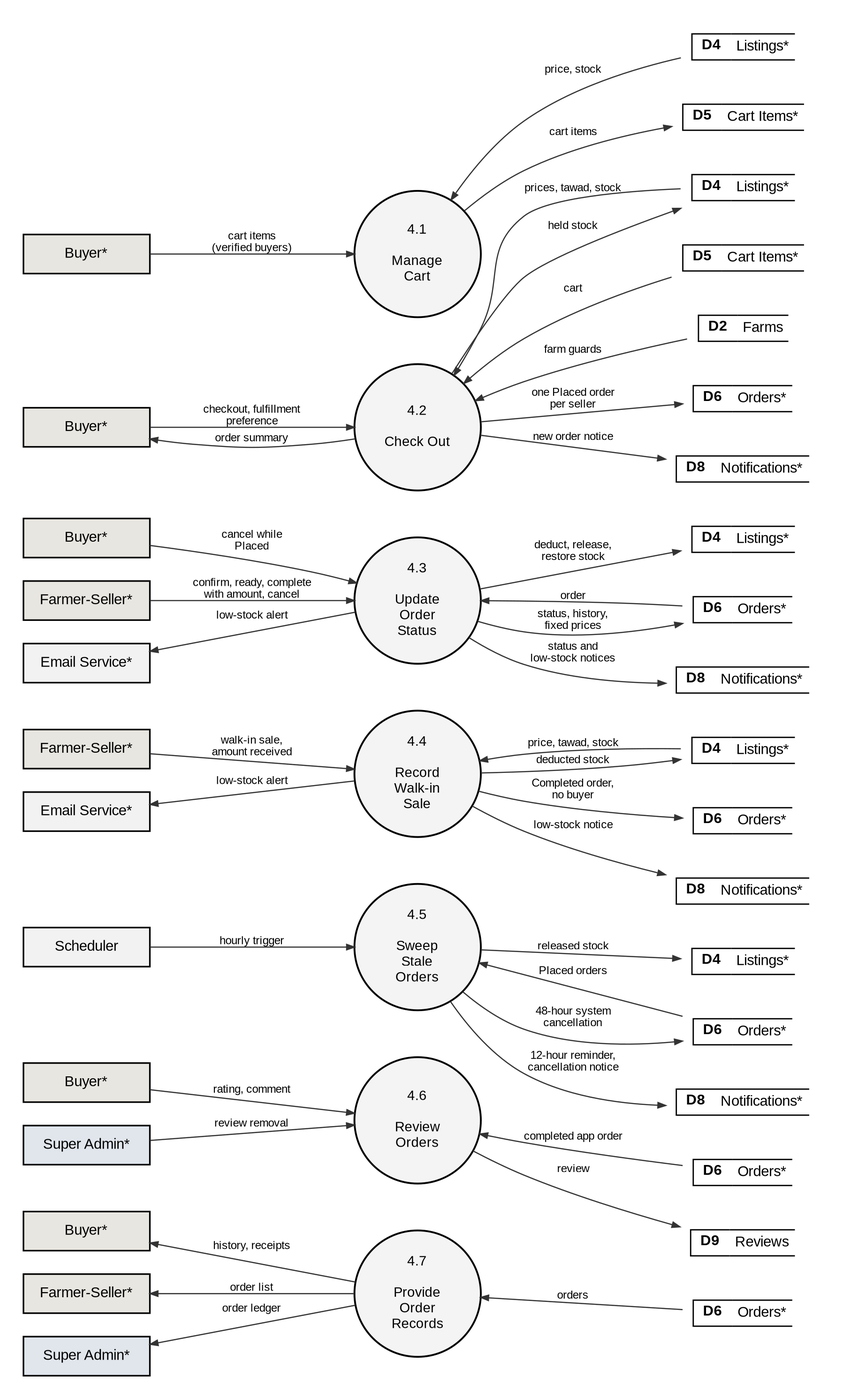
Earlier version of the Graphviz export docs/manuscript/figures/fig6_2_4_dfd_level2.png (shawncastaneda11-commits/anihow-backend). Its source is kept beside it as docs/manuscript/figures/src/fig6_2_4_dfd_level2.dot.
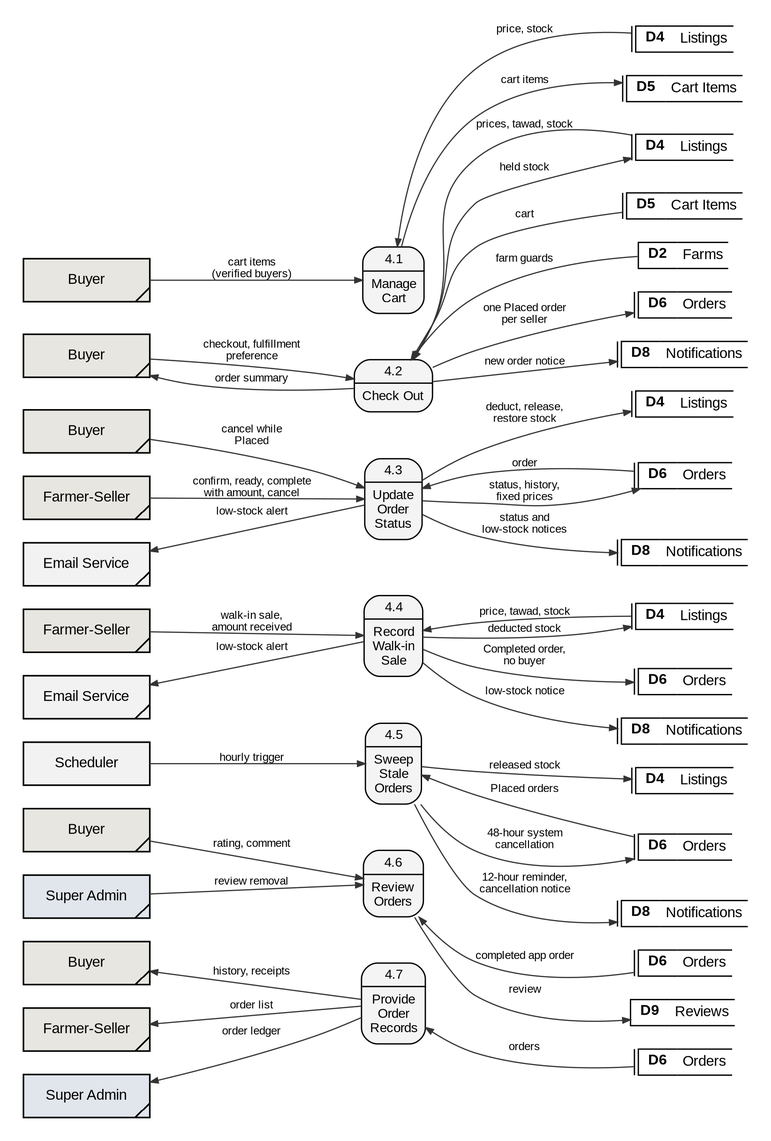
The same file after the commit.

The edit, as a diff of the source:
```diff
@@ -2,45 +2,45 @@
   graph [rankdir=LR, nodesep=0.25, ranksep=0.9, pad=0.25, fontname="Liberation Sans", newrank=true];
   node  [fontname="Liberation Sans", fontsize=11];
   edge  [penwidth=0.9, arrowsize=0.6, color="#333333", fontname="Liberation Sans", fontsize=8.5];
-  q4a [shape=circle, style=filled, fillcolor="#F4F4F4", penwidth=1.4, fixedsize=true, width=1.35, fontsize=10.5, label="4.1\n\nManage\nCart"];
-  by_q4a [shape=box, style=filled, fillcolor="#E8E6E0", penwidth=1.2, width=1.35, height=0.42, label="Buyer*"];
-  D4_q4a [shape=plaintext, label=<<TABLE BORDER="0" CELLBORDER="1" CELLSPACING="0" CELLPADDING="3"><TR><TD SIDES="TBL" WIDTH="30"><B>D4</B></TD><TD SIDES="TB" ALIGN="LEFT">Listings*</TD></TR></TABLE>>];
-  D5_q4a [shape=plaintext, label=<<TABLE BORDER="0" CELLBORDER="1" CELLSPACING="0" CELLPADDING="3"><TR><TD SIDES="TBL" WIDTH="30"><B>D5</B></TD><TD SIDES="TB" ALIGN="LEFT">Cart Items*</TD></TR></TABLE>>];
-  q4b [shape=circle, style=filled, fillcolor="#F4F4F4", penwidth=1.4, fixedsize=true, width=1.35, fontsize=10.5, label="4.2\n\nCheck Out"];
-  by_q4b [shape=box, style=filled, fillcolor="#E8E6E0", penwidth=1.2, width=1.35, height=0.42, label="Buyer*"];
-  D4_q4b [shape=plaintext, label=<<TABLE BORDER="0" CELLBORDER="1" CELLSPACING="0" CELLPADDING="3"><TR><TD SIDES="TBL" WIDTH="30"><B>D4</B></TD><TD SIDES="TB" ALIGN="LEFT">Listings*</TD></TR></TABLE>>];
-  D5_q4b [shape=plaintext, label=<<TABLE BORDER="0" CELLBORDER="1" CELLSPACING="0" CELLPADDING="3"><TR><TD SIDES="TBL" WIDTH="30"><B>D5</B></TD><TD SIDES="TB" ALIGN="LEFT">Cart Items*</TD></TR></TABLE>>];
-  D2_q4b [shape=plaintext, label=<<TABLE BORDER="0" CELLBORDER="1" CELLSPACING="0" CELLPADDING="3"><TR><TD SIDES="TBL" WIDTH="30"><B>D2</B></TD><TD SIDES="TB" ALIGN="LEFT">Farms</TD></TR></TABLE>>];
-  D6_q4b [shape=plaintext, label=<<TABLE BORDER="0" CELLBORDER="1" CELLSPACING="0" CELLPADDING="3"><TR><TD SIDES="TBL" WIDTH="30"><B>D6</B></TD><TD SIDES="TB" ALIGN="LEFT">Orders*</TD></TR></TABLE>>];
-  D8_q4b [shape=plaintext, label=<<TABLE BORDER="0" CELLBORDER="1" CELLSPACING="0" CELLPADDING="3"><TR><TD SIDES="TBL" WIDTH="30"><B>D8</B></TD><TD SIDES="TB" ALIGN="LEFT">Notifications*</TD></TR></TABLE>>];
-  q4c [shape=circle, style=filled, fillcolor="#F4F4F4", penwidth=1.4, fixedsize=true, width=1.35, fontsize=10.5, label="4.3\n\nUpdate\nOrder\nStatus"];
-  by_q4c [shape=box, style=filled, fillcolor="#E8E6E0", penwidth=1.2, width=1.35, height=0.42, label="Buyer*"];
-  D4_q4c [shape=plaintext, label=<<TABLE BORDER="0" CELLBORDER="1" CELLSPACING="0" CELLPADDING="3"><TR><TD SIDES="TBL" WIDTH="30"><B>D4</B></TD><TD SIDES="TB" ALIGN="LEFT">Listings*</TD></TR></TABLE>>];
-  D6_q4c [shape=plaintext, label=<<TABLE BORDER="0" CELLBORDER="1" CELLSPACING="0" CELLPADDING="3"><TR><TD SIDES="TBL" WIDTH="30"><B>D6</B></TD><TD SIDES="TB" ALIGN="LEFT">Orders*</TD></TR></TABLE>>];
-  D8_q4c [shape=plaintext, label=<<TABLE BORDER="0" CELLBORDER="1" CELLSPACING="0" CELLPADDING="3"><TR><TD SIDES="TBL" WIDTH="30"><B>D8</B></TD><TD SIDES="TB" ALIGN="LEFT">Notifications*</TD></TR></TABLE>>];
-  fs_q4c [shape=box, style=filled, fillcolor="#E8E6E0", penwidth=1.2, width=1.35, height=0.42, label="Farmer-Seller*"];
-  em_q4c [shape=box, style=filled, fillcolor="#F2F2F2", penwidth=1.2, width=1.35, height=0.42, label="Email Service*"];
-  q4d [shape=circle, style=filled, fillcolor="#F4F4F4", penwidth=1.4, fixedsize=true, width=1.35, fontsize=10.5, label="4.4\n\nRecord\nWalk-in\nSale"];
-  D4_q4d [shape=plaintext, label=<<TABLE BORDER="0" CELLBORDER="1" CELLSPACING="0" CELLPADDING="3"><TR><TD SIDES="TBL" WIDTH="30"><B>D4</B></TD><TD SIDES="TB" ALIGN="LEFT">Listings*</TD></TR></TABLE>>];
-  D6_q4d [shape=plaintext, label=<<TABLE BORDER="0" CELLBORDER="1" CELLSPACING="0" CELLPADDING="3"><TR><TD SIDES="TBL" WIDTH="30"><B>D6</B></TD><TD SIDES="TB" ALIGN="LEFT">Orders*</TD></TR></TABLE>>];
-  D8_q4d [shape=plaintext, label=<<TABLE BORDER="0" CELLBORDER="1" CELLSPACING="0" CELLPADDING="3"><TR><TD SIDES="TBL" WIDTH="30"><B>D8</B></TD><TD SIDES="TB" ALIGN="LEFT">Notifications*</TD></TR></TABLE>>];
-  fs_q4d [shape=box, style=filled, fillcolor="#E8E6E0", penwidth=1.2, width=1.35, height=0.42, label="Farmer-Seller*"];
-  em_q4d [shape=box, style=filled, fillcolor="#F2F2F2", penwidth=1.2, width=1.35, height=0.42, label="Email Service*"];
-  q4e [shape=circle, style=filled, fillcolor="#F4F4F4", penwidth=1.4, fixedsize=true, width=1.35, fontsize=10.5, label="4.5\n\nSweep\nStale\nOrders"];
-  D4_q4e [shape=plaintext, label=<<TABLE BORDER="0" CELLBORDER="1" CELLSPACING="0" CELLPADDING="3"><TR><TD SIDES="TBL" WIDTH="30"><B>D4</B></TD><TD SIDES="TB" ALIGN="LEFT">Listings*</TD></TR></TABLE>>];
-  D6_q4e [shape=plaintext, label=<<TABLE BORDER="0" CELLBORDER="1" CELLSPACING="0" CELLPADDING="3"><TR><TD SIDES="TBL" WIDTH="30"><B>D6</B></TD><TD SIDES="TB" ALIGN="LEFT">Orders*</TD></TR></TABLE>>];
-  D8_q4e [shape=plaintext, label=<<TABLE BORDER="0" CELLBORDER="1" CELLSPACING="0" CELLPADDING="3"><TR><TD SIDES="TBL" WIDTH="30"><B>D8</B></TD><TD SIDES="TB" ALIGN="LEFT">Notifications*</TD></TR></TABLE>>];
-  sch_q4e [shape=box, style=filled, fillcolor="#F2F2F2", penwidth=1.2, width=1.35, height=0.42, label="Scheduler"];
-  q4f [shape=circle, style=filled, fillcolor="#F4F4F4", penwidth=1.4, fixedsize=true, width=1.35, fontsize=10.5, label="4.6\n\nReview\nOrders"];
-  by_q4f [shape=box, style=filled, fillcolor="#E8E6E0", penwidth=1.2, width=1.35, height=0.42, label="Buyer*"];
-  D6_q4f [shape=plaintext, label=<<TABLE BORDER="0" CELLBORDER="1" CELLSPACING="0" CELLPADDING="3"><TR><TD SIDES="TBL" WIDTH="30"><B>D6</B></TD><TD SIDES="TB" ALIGN="LEFT">Orders*</TD></TR></TABLE>>];
-  D9_q4f [shape=plaintext, label=<<TABLE BORDER="0" CELLBORDER="1" CELLSPACING="0" CELLPADDING="3"><TR><TD SIDES="TBL" WIDTH="30"><B>D9</B></TD><TD SIDES="TB" ALIGN="LEFT">Reviews</TD></TR></TABLE>>];
-  sa_q4f [shape=box, style=filled, fillcolor="#E1E6ED", penwidth=1.2, width=1.35, height=0.42, label="Super Admin*"];
-  q4g [shape=circle, style=filled, fillcolor="#F4F4F4", penwidth=1.4, fixedsize=true, width=1.35, fontsize=10.5, label="4.7\n\nProvide\nOrder\nRecords"];
-  by_q4g [shape=box, style=filled, fillcolor="#E8E6E0", penwidth=1.2, width=1.35, height=0.42, label="Buyer*"];
-  D6_q4g [shape=plaintext, label=<<TABLE BORDER="0" CELLBORDER="1" CELLSPACING="0" CELLPADDING="3"><TR><TD SIDES="TBL" WIDTH="30"><B>D6</B></TD><TD SIDES="TB" ALIGN="LEFT">Orders*</TD></TR></TABLE>>];
-  fs_q4g [shape=box, style=filled, fillcolor="#E8E6E0", penwidth=1.2, width=1.35, height=0.42, label="Farmer-Seller*"];
-  sa_q4g [shape=box, style=filled, fillcolor="#E1E6ED", penwidth=1.2, width=1.35, height=0.42, label="Super Admin*"];
+  q4a [shape=plaintext, margin=0, width=0, height=0, label=<<TABLE STYLE="ROUNDED" BORDER="1" CELLBORDER="0" CELLSPACING="0" CELLPADDING="3" BGCOLOR="#F4F4F4"><TR><TD><FONT POINT-SIZE="10.5">4.1</FONT></TD></TR><HR/><TR><TD CELLPADDING="5"><FONT POINT-SIZE="10.5">Manage<BR/>Cart</FONT></TD></TR></TABLE>>];
+  by_q4a [shape=box, style=filled, fillcolor="#E8E6E0", penwidth=1.2, width=1.35, height=0.46, label="Buyer", comment="gsdup"];
+  D4_q4a [shape=plaintext, margin=0, width=0, height=0, label=<<TABLE BORDER="0" CELLBORDER="1" CELLSPACING="0" CELLPADDING="3"><TR><TD SIDES="L" WIDTH="3" CELLPADDING="0"></TD><TD SIDES="TBL" WIDTH="30"><B>D4</B></TD><TD SIDES="TB" ALIGN="LEFT">Listings</TD></TR></TABLE>>];
+  D5_q4a [shape=plaintext, margin=0, width=0, height=0, label=<<TABLE BORDER="0" CELLBORDER="1" CELLSPACING="0" CELLPADDING="3"><TR><TD SIDES="L" WIDTH="3" CELLPADDING="0"></TD><TD SIDES="TBL" WIDTH="30"><B>D5</B></TD><TD SIDES="TB" ALIGN="LEFT">Cart Items</TD></TR></TABLE>>];
+  q4b [shape=plaintext, margin=0, width=0, height=0, label=<<TABLE STYLE="ROUNDED" BORDER="1" CELLBORDER="0" CELLSPACING="0" CELLPADDING="3" BGCOLOR="#F4F4F4"><TR><TD><FONT POINT-SIZE="10.5">4.2</FONT></TD></TR><HR/><TR><TD CELLPADDING="5"><FONT POINT-SIZE="10.5">Check Out</FONT></TD></TR></TABLE>>];
+  by_q4b [shape=box, style=filled, fillcolor="#E8E6E0", penwidth=1.2, width=1.35, height=0.46, label="Buyer", comment="gsdup"];
+  D4_q4b [shape=plaintext, margin=0, width=0, height=0, label=<<TABLE BORDER="0" CELLBORDER="1" CELLSPACING="0" CELLPADDING="3"><TR><TD SIDES="L" WIDTH="3" CELLPADDING="0"></TD><TD SIDES="TBL" WIDTH="30"><B>D4</B></TD><TD SIDES="TB" ALIGN="LEFT">Listings</TD></TR></TABLE>>];
+  D5_q4b [shape=plaintext, margin=0, width=0, height=0, label=<<TABLE BORDER="0" CELLBORDER="1" CELLSPACING="0" CELLPADDING="3"><TR><TD SIDES="L" WIDTH="3" CELLPADDING="0"></TD><TD SIDES="TBL" WIDTH="30"><B>D5</B></TD><TD SIDES="TB" ALIGN="LEFT">Cart Items</TD></TR></TABLE>>];
+  D2_q4b [shape=plaintext, margin=0, width=0, height=0, label=<<TABLE BORDER="0" CELLBORDER="1" CELLSPACING="0" CELLPADDING="3"><TR><TD SIDES="TBL" WIDTH="30"><B>D2</B></TD><TD SIDES="TB" ALIGN="LEFT">Farms</TD></TR></TABLE>>];
+  D6_q4b [shape=plaintext, margin=0, width=0, height=0, label=<<TABLE BORDER="0" CELLBORDER="1" CELLSPACING="0" CELLPADDING="3"><TR><TD SIDES="L" WIDTH="3" CELLPADDING="0"></TD><TD SIDES="TBL" WIDTH="30"><B>D6</B></TD><TD SIDES="TB" ALIGN="LEFT">Orders</TD></TR></TABLE>>];
+  D8_q4b [shape=plaintext, margin=0, width=0, height=0, label=<<TABLE BORDER="0" CELLBORDER="1" CELLSPACING="0" CELLPADDING="3"><TR><TD SIDES="L" WIDTH="3" CELLPADDING="0"></TD><TD SIDES="TBL" WIDTH="30"><B>D8</B></TD><TD SIDES="TB" ALIGN="LEFT">Notifications</TD></TR></TABLE>>];
+  q4c [shape=plaintext, margin=0, width=0, height=0, label=<<TABLE STYLE="ROUNDED" BORDER="1" CELLBORDER="0" CELLSPACING="0" CELLPADDING="3" BGCOLOR="#F4F4F4"><TR><TD><FONT POINT-SIZE="10.5">4.3</FONT></TD></TR><HR/><TR><TD CELLPADDING="5"><FONT POINT-SIZE="10.5">Update<BR/>Order<BR/>Status</FONT></TD></TR></TABLE>>];
+  by_q4c [shape=box, style=filled, fillcolor="#E8E6E0", penwidth=1.2, width=1.35, height=0.46, label="Buyer", comment="gsdup"];
+  D4_q4c [shape=plaintext, margin=0, width=0, height=0, label=<<TABLE BORDER="0" CELLBORDER="1" CELLSPACING="0" CELLPADDING="3"><TR><TD SIDES="L" WIDTH="3" CELLPADDING="0"></TD><TD SIDES="TBL" WIDTH="30"><B>D4</B></TD><TD SIDES="TB" ALIGN="LEFT">Listings</TD></TR></TABLE>>];
+  D6_q4c [shape=plaintext, margin=0, width=0, height=0, label=<<TABLE BORDER="0" CELLBORDER="1" CELLSPACING="0" CELLPADDING="3"><TR><TD SIDES="L" WIDTH="3" CELLPADDING="0"></TD><TD SIDES="TBL" WIDTH="30"><B>D6</B></TD><TD SIDES="TB" ALIGN="LEFT">Orders</TD></TR></TABLE>>];
+  D8_q4c [shape=plaintext, margin=0, width=0, height=0, label=<<TABLE BORDER="0" CELLBORDER="1" CELLSPACING="0" CELLPADDING="3"><TR><TD SIDES="L" WIDTH="3" CELLPADDING="0"></TD><TD SIDES="TBL" WIDTH="30"><B>D8</B></TD><TD SIDES="TB" ALIGN="LEFT">Notifications</TD></TR></TABLE>>];
+  fs_q4c [shape=box, style=filled, fillcolor="#E8E6E0", penwidth=1.2, width=1.35, height=0.46, label="Farmer-Seller", comment="gsdup"];
+  em_q4c [shape=box, style=filled, fillcolor="#F2F2F2", penwidth=1.2, width=1.35, height=0.46, label="Email Service", comment="gsdup"];
+  q4d [shape=plaintext, margin=0, width=0, height=0, label=<<TABLE STYLE="ROUNDED" BORDER="1" CELLBORDER="0" CELLSPACING="0" CELLPADDING="3" BGCOLOR="#F4F4F4"><TR><TD><FONT POINT-SIZE="10.5">4.4</FONT></TD></TR><HR/><TR><TD CELLPADDING="5"><FONT POINT-SIZE="10.5">Record<BR/>Walk-in<BR/>Sale</FONT></TD></TR></TABLE>>];
+  D4_q4d [shape=plaintext, margin=0, width=0, height=0, label=<<TABLE BORDER="0" CELLBORDER="1" CELLSPACING="0" CELLPADDING="3"><TR><TD SIDES="L" WIDTH="3" CELLPADDING="0"></TD><TD SIDES="TBL" WIDTH="30"><B>D4</B></TD><TD SIDES="TB" ALIGN="LEFT">Listings</TD></TR></TABLE>>];
+  D6_q4d [shape=plaintext, margin=0, width=0, height=0, label=<<TABLE BORDER="0" CELLBORDER="1" CELLSPACING="0" CELLPADDING="3"><TR><TD SIDES="L" WIDTH="3" CELLPADDING="0"></TD><TD SIDES="TBL" WIDTH="30"><B>D6</B></TD><TD SIDES="TB" ALIGN="LEFT">Orders</TD></TR></TABLE>>];
+  D8_q4d [shape=plaintext, margin=0, width=0, height=0, label=<<TABLE BORDER="0" CELLBORDER="1" CELLSPACING="0" CELLPADDING="3"><TR><TD SIDES="L" WIDTH="3" CELLPADDING="0"></TD><TD SIDES="TBL" WIDTH="30"><B>D8</B></TD><TD SIDES="TB" ALIGN="LEFT">Notifications</TD></TR></TABLE>>];
+  fs_q4d [shape=box, style=filled, fillcolor="#E8E6E0", penwidth=1.2, width=1.35, height=0.46, label="Farmer-Seller", comment="gsdup"];
+  em_q4d [shape=box, style=filled, fillcolor="#F2F2F2", penwidth=1.2, width=1.35, height=0.46, label="Email Service", comment="gsdup"];
+  q4e [shape=plaintext, margin=0, width=0, height=0, label=<<TABLE STYLE="ROUNDED" BORDER="1" CELLBORDER="0" CELLSPACING="0" CELLPADDING="3" BGCOLOR="#F4F4F4"><TR><TD><FONT POINT-SIZE="10.5">4.5</FONT></TD></TR><HR/><TR><TD CELLPADDING="5"><FONT POINT-SIZE="10.5">Sweep<BR/>Stale<BR/>Orders</FONT></TD></TR></TABLE>>];
+  D4_q4e [shape=plaintext, margin=0, width=0, height=0, label=<<TABLE BORDER="0" CELLBORDER="1" CELLSPACING="0" CELLPADDING="3"><TR><TD SIDES="L" WIDTH="3" CELLPADDING="0"></TD><TD SIDES="TBL" WIDTH="30"><B>D4</B></TD><TD SIDES="TB" ALIGN="LEFT">Listings</TD></TR></TABLE>>];
+  D6_q4e [shape=plaintext, margin=0, width=0, height=0, label=<<TABLE BORDER="0" CELLBORDER="1" CELLSPACING="0" CELLPADDING="3"><TR><TD SIDES="L" WIDTH="3" CELLPADDING="0"></TD><TD SIDES="TBL" WIDTH="30"><B>D6</B></TD><TD SIDES="TB" ALIGN="LEFT">Orders</TD></TR></TABLE>>];
+  D8_q4e [shape=plaintext, margin=0, width=0, height=0, label=<<TABLE BORDER="0" CELLBORDER="1" CELLSPACING="0" CELLPADDING="3"><TR><TD SIDES="L" WIDTH="3" CELLPADDING="0"></TD><TD SIDES="TBL" WIDTH="30"><B>D8</B></TD><TD SIDES="TB" ALIGN="LEFT">Notifications</TD></TR></TABLE>>];
+  sch_q4e [shape=box, style=filled, fillcolor="#F2F2F2", penwidth=1.2, width=1.35, height=0.46, label="Scheduler"];
+  q4f [shape=plaintext, margin=0, width=0, height=0, label=<<TABLE STYLE="ROUNDED" BORDER="1" CELLBORDER="0" CELLSPACING="0" CELLPADDING="3" BGCOLOR="#F4F4F4"><TR><TD><FONT POINT-SIZE="10.5">4.6</FONT></TD></TR><HR/><TR><TD CELLPADDING="5"><FONT POINT-SIZE="10.5">Review<BR/>Orders</FONT></TD></TR></TABLE>>];
+  by_q4f [shape=box, style=filled, fillcolor="#E8E6E0", penwidth=1.2, width=1.35, height=0.46, label="Buyer", comment="gsdup"];
+  D6_q4f [shape=plaintext, margin=0, width=0, height=0, label=<<TABLE BORDER="0" CELLBORDER="1" CELLSPACING="0" CELLPADDING="3"><TR><TD SIDES="L" WIDTH="3" CELLPADDING="0"></TD><TD SIDES="TBL" WIDTH="30"><B>D6</B></TD><TD SIDES="TB" ALIGN="LEFT">Orders</TD></TR></TABLE>>];
+  D9_q4f [shape=plaintext, margin=0, width=0, height=0, label=<<TABLE BORDER="0" CELLBORDER="1" CELLSPACING="0" CELLPADDING="3"><TR><TD SIDES="TBL" WIDTH="30"><B>D9</B></TD><TD SIDES="TB" ALIGN="LEFT">Reviews</TD></TR></TABLE>>];
+  sa_q4f [shape=box, style=filled, fillcolor="#E1E6ED", penwidth=1.2, width=1.35, height=0.46, label="Super Admin", comment="gsdup"];
+  q4g [shape=plaintext, margin=0, width=0, height=0, label=<<TABLE STYLE="ROUNDED" BORDER="1" CELLBORDER="0" CELLSPACING="0" CELLPADDING="3" BGCOLOR="#F4F4F4"><TR><TD><FONT POINT-SIZE="10.5">4.7</FONT></TD></TR><HR/><TR><TD CELLPADDING="5"><FONT POINT-SIZE="10.5">Provide<BR/>Order<BR/>Records</FONT></TD></TR></TABLE>>];
+  by_q4g [shape=box, style=filled, fillcolor="#E8E6E0", penwidth=1.2, width=1.35, height=0.46, label="Buyer", comment="gsdup"];
+  D6_q4g [shape=plaintext, margin=0, width=0, height=0, label=<<TABLE BORDER="0" CELLBORDER="1" CELLSPACING="0" CELLPADDING="3"><TR><TD SIDES="L" WIDTH="3" CELLPADDING="0"></TD><TD SIDES="TBL" WIDTH="30"><B>D6</B></TD><TD SIDES="TB" ALIGN="LEFT">Orders</TD></TR></TABLE>>];
+  fs_q4g [shape=box, style=filled, fillcolor="#E8E6E0", penwidth=1.2, width=1.35, height=0.46, label="Farmer-Seller", comment="gsdup"];
+  sa_q4g [shape=box, style=filled, fillcolor="#E1E6ED", penwidth=1.2, width=1.35, height=0.46, label="Super Admin", comment="gsdup"];
   by_q4a -> q4a [label="cart items\n(verified buyers)"];
   q4a -> D4_q4a [label="price, stock", dir=back];
   q4a -> D5_q4a [label="cart items"];
```
